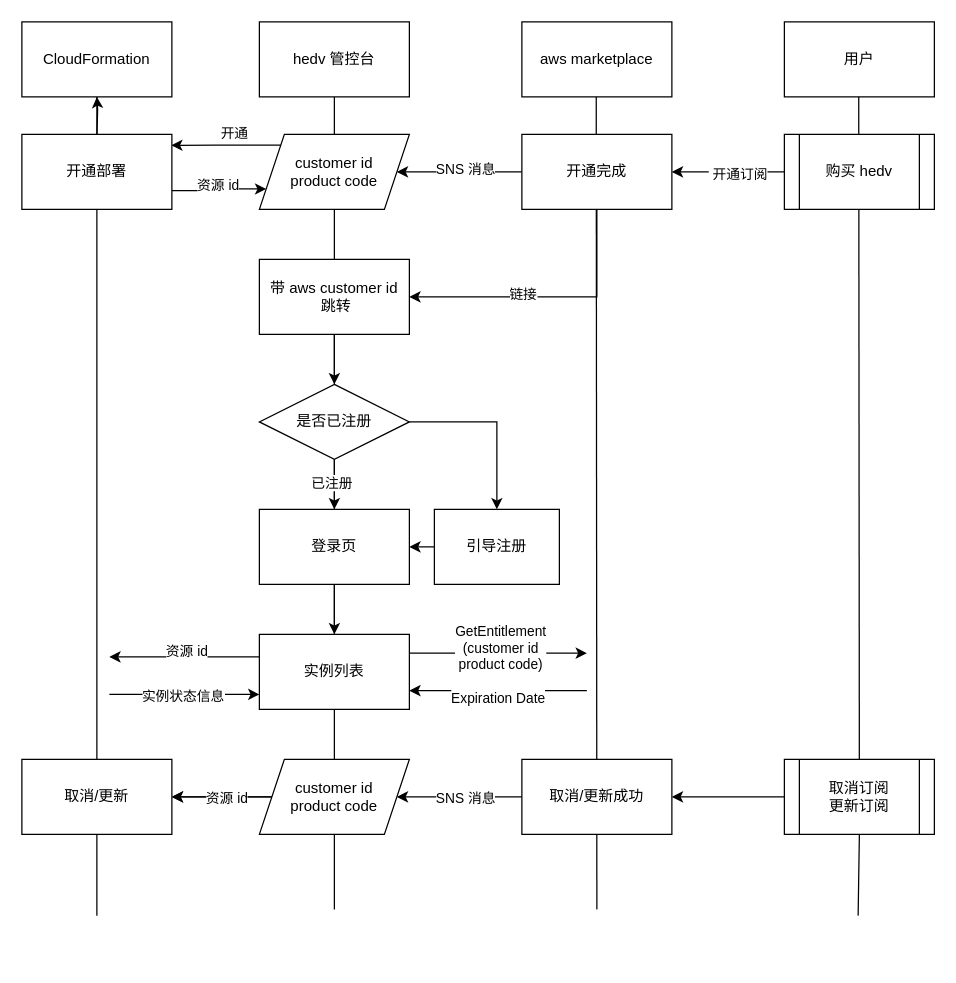
Above: page "上云版本管控台" (8 of 9) of Hedv.drawio in Sidamor/drawio (draw.io), before the change. Source tidied: cells renumbered, new cells numbered last; positions are measured from the earlier drawing's top-left corner, leaving out a move shared by most shapes. Both pictures are drawn from the tidied source at 125%, with x=0, y=0 at pixel (21, 21).
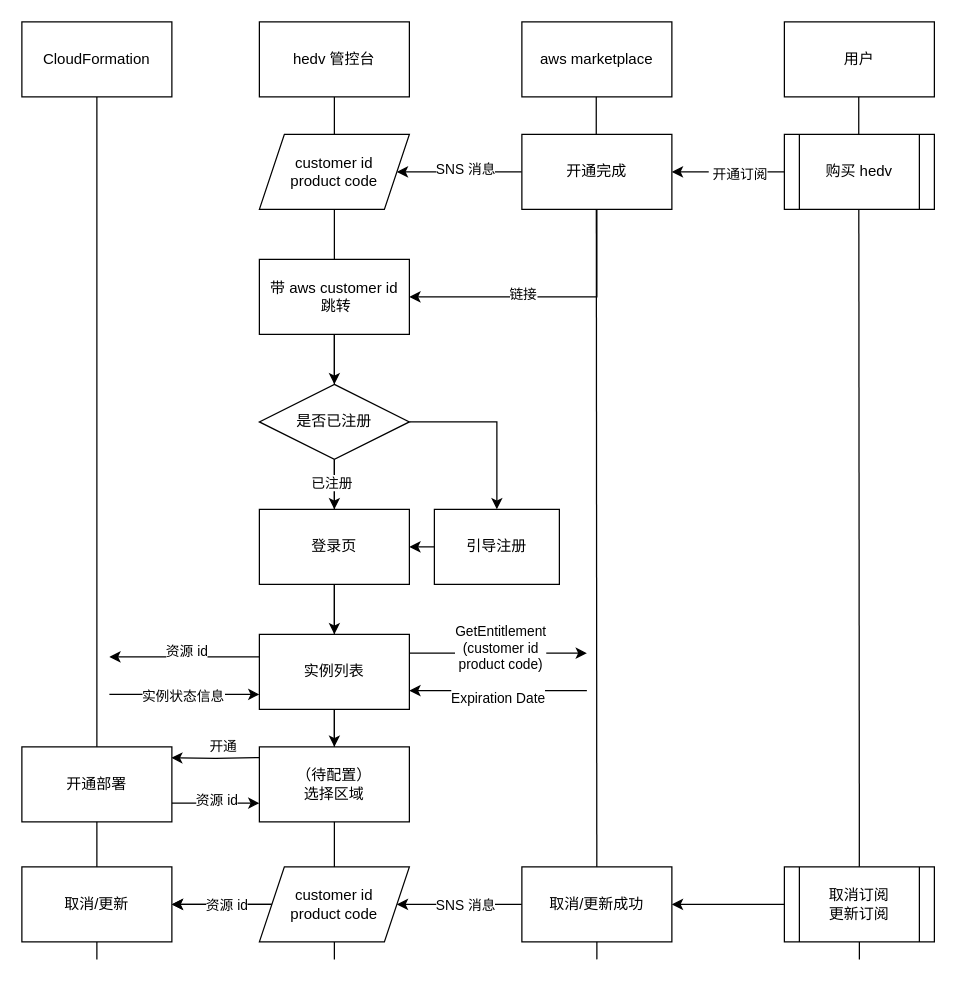
The same diagram, later.

The change refers to these unchanged cells:
```xml
<mxCell id="3" value="hedv 管控台" style="rounded=0;whiteSpace=wrap;html=1;" parent="1" vertex="1">
  <mxGeometry x="190" width="120" height="60" as="geometry" />
</mxCell>
<mxCell id="26" value="实例列表" style="rounded=0;whiteSpace=wrap;html=1;" parent="1" vertex="1">
  <mxGeometry x="190" y="490" width="120" height="60" as="geometry" />
</mxCell>
<mxCell id="31" value="CloudFormation" style="rounded=0;whiteSpace=wrap;html=1;" parent="1" vertex="1">
  <mxGeometry width="120" height="60" as="geometry" />
</mxCell>
<mxCell id="40" value="customer id&lt;div&gt;product code&lt;/div&gt;" style="shape=parallelogram;perimeter=parallelogramPerimeter;whiteSpace=wrap;html=1;fixedSize=1;" parent="1" vertex="1">
  <mxGeometry x="190" y="90" width="120" height="60" as="geometry" />
</mxCell>
```

Change to the diagram source:
```diff
@@
     <mxCell id="5" style="endArrow=none;html=1;rounded=0;entryX=0.5;entryY=1;entryDx=0;entryDy=0;" parent="1" edge="1" target="3">
       <mxGeometry relative="1" as="geometry">
-        <mxPoint x="250" y="710" as="sourcePoint" />
+        <mxPoint x="250" y="750" as="sourcePoint" />
       </mxGeometry>
     </mxCell>
     <mxCell id="6" style="endArrow=none;html=1;rounded=0;entryX=0.5;entryY=1;entryDx=0;entryDy=0;" parent="1" edge="1">
       <mxGeometry relative="1" as="geometry">
-        <mxPoint x="460" y="710" as="sourcePoint" />
+        <mxPoint x="460" y="750" as="sourcePoint" />
         <mxPoint x="459.5" y="60" as="targetPoint" />
       </mxGeometry>
     </mxCell>
@@
+    <mxCell id="56" style="edgeStyle=orthogonalEdgeStyle;rounded=0;jettySize=auto;html=1;" parent="1" edge="1" source="26" target="57">
+      <mxGeometry relative="1" as="geometry" />
+    </mxCell>
@@
-    <mxCell id="33" style="edgeStyle=orthogonalEdgeStyle;rounded=0;jettySize=auto;html=1;" parent="1" edge="1" target="31">
-      <mxGeometry relative="1" as="geometry">
-        <mxPoint x="60.1" y="90" as="sourcePoint" />
-      </mxGeometry>
-    </mxCell>
@@
-    <mxCell id="38" style="edgeStyle=orthogonalEdgeStyle;rounded=0;jettySize=auto;html=1;exitX=0;exitY=0;exitDx=0;exitDy=0;entryX=0.996;entryY=0.146;entryDx=0;entryDy=0;entryPerimeter=0;" parent="1" edge="1" source="40" target="43">
-      <mxGeometry relative="1" as="geometry" />
+    <mxCell id="38" style="edgeStyle=orthogonalEdgeStyle;rounded=0;jettySize=auto;html=1;exitX=0;exitY=0;exitDx=0;exitDy=0;entryX=0.996;entryY=0.146;entryDx=0;entryDy=0;entryPerimeter=0;" parent="1" edge="1" target="43">
+      <mxGeometry relative="1" as="geometry">
+        <mxPoint x="190" y="588.6" as="sourcePoint" />
+      </mxGeometry>
     </mxCell>
@@
-    <mxCell id="41" style="edgeStyle=orthogonalEdgeStyle;rounded=0;jettySize=auto;html=1;exitX=1;exitY=0.75;exitDx=0;exitDy=0;entryX=0;entryY=0.75;entryDx=0;entryDy=0;" parent="1" edge="1" source="43" target="40">
+    <mxCell id="41" style="edgeStyle=orthogonalEdgeStyle;rounded=0;jettySize=auto;html=1;exitX=1;exitY=0.75;exitDx=0;exitDy=0;entryX=0;entryY=0.75;entryDx=0;entryDy=0;" parent="1" edge="1" source="43" target="57">
       <mxGeometry relative="1" as="geometry" />
     </mxCell>
@@
     <mxCell id="43" value="开通部署" style="whiteSpace=wrap;html=1;" parent="1" vertex="1">
-      <mxGeometry y="90" width="120" height="60" as="geometry" />
+      <mxGeometry y="580" width="120" height="60" as="geometry" />
     </mxCell>
     <mxCell id="44" style="endArrow=none;html=1;rounded=0;entryX=0.5;entryY=1;entryDx=0;entryDy=0;" parent="1" edge="1" target="46">
       <mxGeometry relative="1" as="geometry">
-        <mxPoint x="669" y="715" as="sourcePoint" />
+        <mxPoint x="670" y="750" as="sourcePoint" />
       </mxGeometry>
     </mxCell>
@@
     <mxCell id="46" value="取消订阅&lt;div&gt;更新订阅&lt;/div&gt;" style="shape=process;whiteSpace=wrap;html=1;backgroundOutline=1;" parent="1" vertex="1">
-      <mxGeometry x="610" y="590" width="120" height="60" as="geometry" />
+      <mxGeometry x="610" y="676" width="120" height="60" as="geometry" />
     </mxCell>
@@
     <mxCell id="49" value="取消/更新成功" style="rounded=0;whiteSpace=wrap;html=1;" parent="1" vertex="1">
-      <mxGeometry x="400" y="590" width="120" height="60" as="geometry" />
+      <mxGeometry x="400" y="676" width="120" height="60" as="geometry" />
     </mxCell>
@@
     <mxCell id="53" value="customer id&lt;div&gt;product code&lt;/div&gt;" style="shape=parallelogram;perimeter=parallelogramPerimeter;whiteSpace=wrap;html=1;fixedSize=1;" parent="1" vertex="1">
-      <mxGeometry x="190" y="590" width="120" height="60" as="geometry" />
+      <mxGeometry x="190" y="676" width="120" height="60" as="geometry" />
     </mxCell>
     <mxCell id="54" style="endArrow=none;html=1;rounded=0;entryX=0.5;entryY=1;entryDx=0;entryDy=0;" parent="1" edge="1" target="55">
       <mxGeometry relative="1" as="geometry">
-        <mxPoint x="60" y="715" as="sourcePoint" />
+        <mxPoint x="60" y="750" as="sourcePoint" />
       </mxGeometry>
     </mxCell>
     <mxCell id="55" value="取消/更新" style="whiteSpace=wrap;html=1;" parent="1" vertex="1">
-      <mxGeometry y="590" width="120" height="60" as="geometry" />
+      <mxGeometry y="676" width="120" height="60" as="geometry" />
     </mxCell>
+    <mxCell id="57" value="（待配置）&lt;div&gt;选择区域&lt;/div&gt;" style="rounded=0;whiteSpace=wrap;html=1;" parent="1" vertex="1">
+      <mxGeometry x="190" y="580" width="120" height="60" as="geometry" />
+    </mxCell>
```
